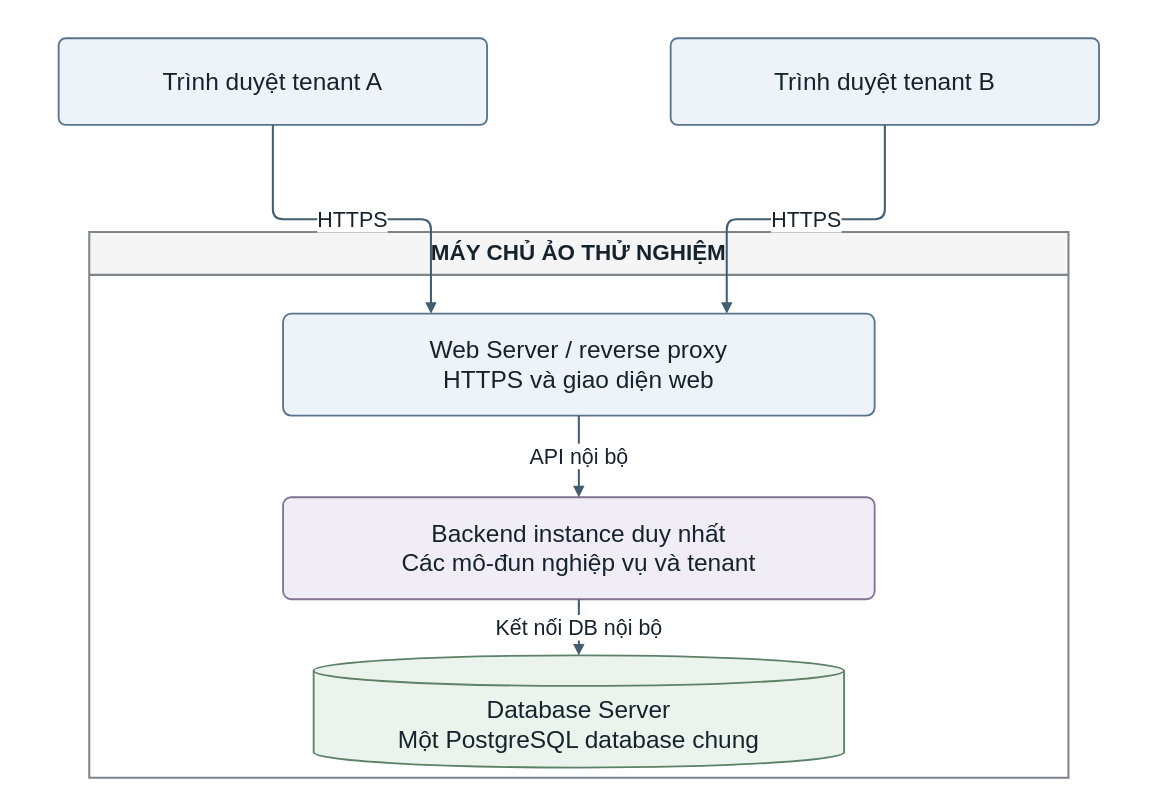
Earlier version of the draw.io diagram output/report-theo-dany/figures/drawio/hinh_3_7_trien_khai.drawio (Hungcb123/NCKH-Hung). Source tidied: cells renumbered, new cells numbered last; positions are measured from the earlier drawing's top-left corner, leaving out a move shared by most shapes. Both pictures are drawn from the tidied source at 102%, with x=0, y=0 at pixel (17, 17).
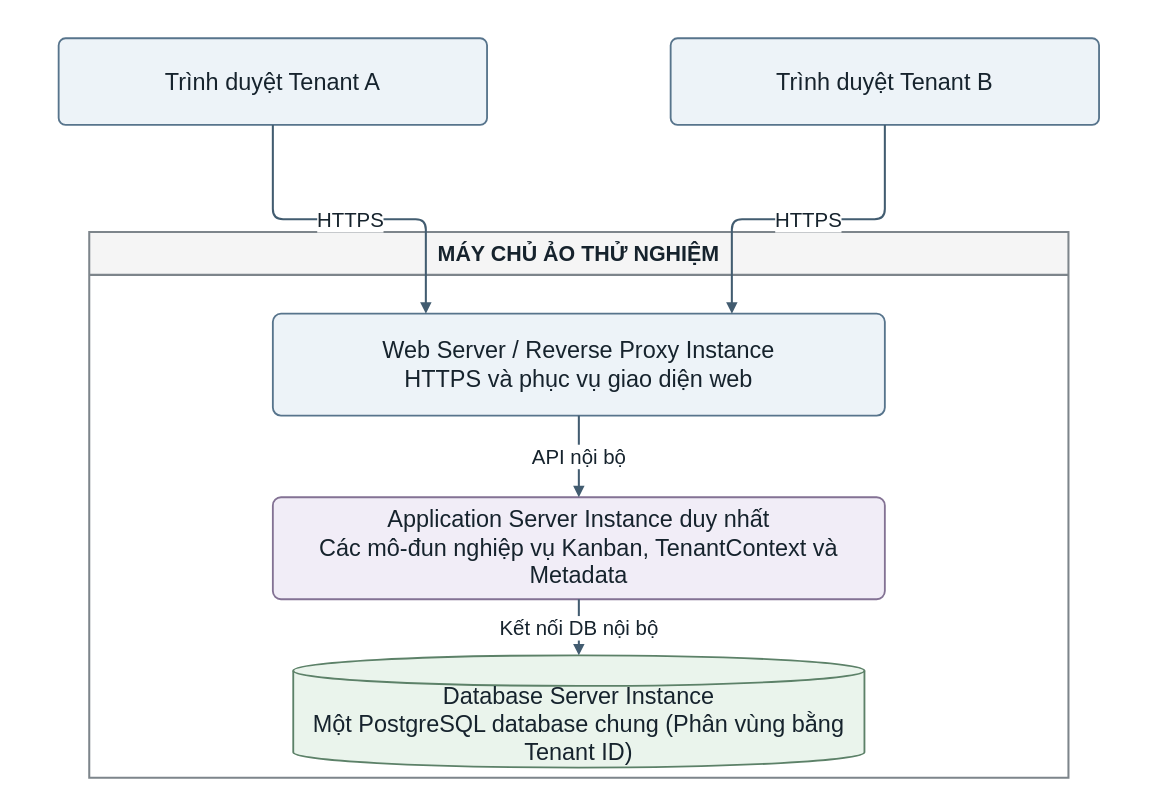
After the change.

What changed in the source:
```diff
@@
 <mxGraphModel background="#ffffff">
   <root>
     <mxCell id="0" />
     <mxCell id="1" parent="0" />
     <mxCell id="2" style="html=1;whiteSpace=wrap;fontFamily=Arial;fontColor=#16232D;fontSize=24;spacing=10;align=center;verticalAlign=middle;fillColor=none;strokeColor=none;" parent="1" vertex="1">
       <mxGeometry width="1100" height="760" as="geometry" />
     </mxCell>
-    <mxCell id="3" value="Trình duyệt tenant A" style="html=1;whiteSpace=wrap;fontFamily=Arial;fontColor=#16232D;fontSize=24;spacing=10;align=center;verticalAlign=middle;rounded=1;arcSize=8;fillColor=#EDF3F8;strokeColor=#57748C;strokeWidth=1.8;" parent="1" vertex="1">
+    <mxCell id="3" value="Trình duyệt Tenant A" style="html=1;whiteSpace=wrap;fontFamily=Arial;fontColor=#16232D;fontSize=24;spacing=10;align=center;verticalAlign=middle;rounded=1;arcSize=8;fontSize=23;fillColor=#EDF3F8;strokeColor=#57748C;strokeWidth=1.8;" parent="1" vertex="1">
       <mxGeometry x="40" y="20" width="420" height="85" as="geometry" />
     </mxCell>
-    <mxCell id="4" value="Trình duyệt tenant B" style="html=1;whiteSpace=wrap;fontFamily=Arial;fontColor=#16232D;fontSize=24;spacing=10;align=center;verticalAlign=middle;rounded=1;arcSize=8;fillColor=#EDF3F8;strokeColor=#57748C;strokeWidth=1.8;" parent="1" vertex="1">
+    <mxCell id="4" value="Trình duyệt Tenant B" style="html=1;whiteSpace=wrap;fontFamily=Arial;fontColor=#16232D;fontSize=24;spacing=10;align=center;verticalAlign=middle;rounded=1;arcSize=8;fontSize=23;fillColor=#EDF3F8;strokeColor=#57748C;strokeWidth=1.8;" parent="1" vertex="1">
       <mxGeometry x="640" y="20" width="420" height="85" as="geometry" />
     </mxCell>
-    <mxCell id="5" value="MÁY CHỦ ẢO THỬ NGHIỆM" style="html=1;whiteSpace=wrap;fontFamily=Arial;fontColor=#16232D;fontSize=24;spacing=10;align=center;verticalAlign=middle;swimlane;startSize=42;horizontal=1;fontSize=22;fontStyle=1;fillColor=#F5F5F5;swimlaneFillColor=#FFFFFF;strokeColor=#7D858B;strokeWidth=2;" parent="1" vertex="1">
+    <mxCell id="5" value="MÁY CHỦ ẢO THỬ NGHIỆM" style="html=1;whiteSpace=wrap;fontFamily=Arial;fontColor=#16232D;fontSize=24;spacing=10;align=center;verticalAlign=middle;swimlane;startSize=42;horizontal=1;fontSize=21;fontStyle=1;fillColor=#F5F5F5;swimlaneFillColor=#FFFFFF;strokeColor=#7D858B;strokeWidth=2;" parent="1" vertex="1">
       <mxGeometry x="70" y="210" width="960" height="535" as="geometry" />
     </mxCell>
-    <mxCell id="6" value="Web Server / reverse proxy&#10;HTTPS và giao diện web" style="html=1;whiteSpace=wrap;fontFamily=Arial;fontColor=#16232D;fontSize=24;spacing=10;align=center;verticalAlign=middle;rounded=1;arcSize=8;fillColor=#EDF3F8;strokeColor=#57748C;strokeWidth=1.8;" parent="1" vertex="1">
-      <mxGeometry x="260" y="290" width="580" height="100" as="geometry" />
+    <mxCell id="6" value="Web Server / Reverse Proxy Instance&#10;HTTPS và phục vụ giao diện web" style="html=1;whiteSpace=wrap;fontFamily=Arial;fontColor=#16232D;fontSize=24;spacing=10;align=center;verticalAlign=middle;rounded=1;arcSize=8;fontSize=23;fillColor=#EDF3F8;strokeColor=#57748C;strokeWidth=1.8;" parent="1" vertex="1">
+      <mxGeometry x="250" y="290" width="600" height="100" as="geometry" />
     </mxCell>
-    <mxCell id="7" value="Backend instance duy nhất&#10;Các mô-đun nghiệp vụ và tenant" style="html=1;whiteSpace=wrap;fontFamily=Arial;fontColor=#16232D;fontSize=24;spacing=10;align=center;verticalAlign=middle;rounded=1;arcSize=8;fillColor=#F1EDF7;strokeColor=#837294;strokeWidth=1.8;" parent="1" vertex="1">
-      <mxGeometry x="260" y="470" width="580" height="100" as="geometry" />
+    <mxCell id="7" value="Application Server Instance duy nhất&#10;Các mô-đun nghiệp vụ Kanban, TenantContext và Metadata" style="html=1;whiteSpace=wrap;fontFamily=Arial;fontColor=#16232D;fontSize=24;spacing=10;align=center;verticalAlign=middle;rounded=1;arcSize=8;fontSize=23;fillColor=#F1EDF7;strokeColor=#837294;strokeWidth=1.8;" parent="1" vertex="1">
+      <mxGeometry x="250" y="470" width="600" height="100" as="geometry" />
     </mxCell>
-    <mxCell id="8" value="Database Server&#10;Một PostgreSQL database chung" style="html=1;whiteSpace=wrap;fontFamily=Arial;fontColor=#16232D;fontSize=24;spacing=10;align=center;verticalAlign=middle;shape=cylinder3;size=15;boundedLbl=1;fillColor=#EAF4EC;strokeColor=#5C8168;strokeWidth=1.8;" parent="1" vertex="1">
-      <mxGeometry x="290" y="625" width="520" height="110" as="geometry" />
+    <mxCell id="8" value="Database Server Instance&#10;Một PostgreSQL database chung (Phân vùng bằng Tenant ID)" style="html=1;whiteSpace=wrap;fontFamily=Arial;fontColor=#16232D;fontSize=24;spacing=10;align=center;verticalAlign=middle;shape=cylinder3;size=15;boundedLbl=1;fontSize=23;fillColor=#EAF4EC;strokeColor=#5C8168;strokeWidth=1.8;" parent="1" vertex="1">
+      <mxGeometry x="270" y="625" width="560" height="110" as="geometry" />
     </mxCell>
-    <mxCell id="9" value="HTTPS" style="edgeStyle=orthogonalEdgeStyle;rounded=1;jettySize=auto;html=1;fontFamily=Arial;fontSize=21;fontColor=#16232D;labelBackgroundColor=#FFFFFF;strokeColor=#425C70;strokeWidth=2;endArrow=block;endFill=1;exitX=0.5;exitY=1;entryX=0.25;entryY=0;" parent="1" edge="1" source="3" target="6">
+    <mxCell id="9" value="HTTPS" style="edgeStyle=orthogonalEdgeStyle;rounded=1;jettySize=auto;html=1;fontFamily=Arial;fontSize=20;fontColor=#16232D;labelBackgroundColor=#FFFFFF;strokeColor=#425C70;strokeWidth=2;endArrow=block;endFill=1;exitX=0.5;exitY=1;entryX=0.25;entryY=0;" parent="1" edge="1" source="3" target="6">
       <mxGeometry relative="1" as="geometry" />
     </mxCell>
-    <mxCell id="10" value="HTTPS" style="edgeStyle=orthogonalEdgeStyle;rounded=1;jettySize=auto;html=1;fontFamily=Arial;fontSize=21;fontColor=#16232D;labelBackgroundColor=#FFFFFF;strokeColor=#425C70;strokeWidth=2;endArrow=block;endFill=1;exitX=0.5;exitY=1;entryX=0.75;entryY=0;" parent="1" edge="1" source="4" target="6">
+    <mxCell id="10" value="HTTPS" style="edgeStyle=orthogonalEdgeStyle;rounded=1;jettySize=auto;html=1;fontFamily=Arial;fontSize=20;fontColor=#16232D;labelBackgroundColor=#FFFFFF;strokeColor=#425C70;strokeWidth=2;endArrow=block;endFill=1;exitX=0.5;exitY=1;entryX=0.75;entryY=0;" parent="1" edge="1" source="4" target="6">
       <mxGeometry relative="1" as="geometry" />
     </mxCell>
-    <mxCell id="11" value="API nội bộ" style="edgeStyle=orthogonalEdgeStyle;rounded=1;jettySize=auto;html=1;fontFamily=Arial;fontSize=21;fontColor=#16232D;labelBackgroundColor=#FFFFFF;strokeColor=#425C70;strokeWidth=2;endArrow=block;endFill=1;exitX=0.5;exitY=1;entryX=0.5;entryY=0;" parent="1" edge="1" source="6" target="7">
+    <mxCell id="11" value="API nội bộ" style="edgeStyle=orthogonalEdgeStyle;rounded=1;jettySize=auto;html=1;fontFamily=Arial;fontSize=20;fontColor=#16232D;labelBackgroundColor=#FFFFFF;strokeColor=#425C70;strokeWidth=2;endArrow=block;endFill=1;exitX=0.5;exitY=1;entryX=0.5;entryY=0;" parent="1" edge="1" source="6" target="7">
       <mxGeometry relative="1" as="geometry" />
     </mxCell>
-    <mxCell id="12" value="Kết nối DB nội bộ" style="edgeStyle=orthogonalEdgeStyle;rounded=1;jettySize=auto;html=1;fontFamily=Arial;fontSize=21;fontColor=#16232D;labelBackgroundColor=#FFFFFF;strokeColor=#425C70;strokeWidth=2;endArrow=block;endFill=1;exitX=0.5;exitY=1;entryX=0.5;entryY=0;" parent="1" edge="1" source="7" target="8">
+    <mxCell id="12" value="Kết nối DB nội bộ" style="edgeStyle=orthogonalEdgeStyle;rounded=1;jettySize=auto;html=1;fontFamily=Arial;fontSize=20;fontColor=#16232D;labelBackgroundColor=#FFFFFF;strokeColor=#425C70;strokeWidth=2;endArrow=block;endFill=1;exitX=0.5;exitY=1;entryX=0.5;entryY=0;" parent="1" edge="1" source="7" target="8">
       <mxGeometry relative="1" as="geometry" />
     </mxCell>
   </root>
 </mxGraphModel>
```
